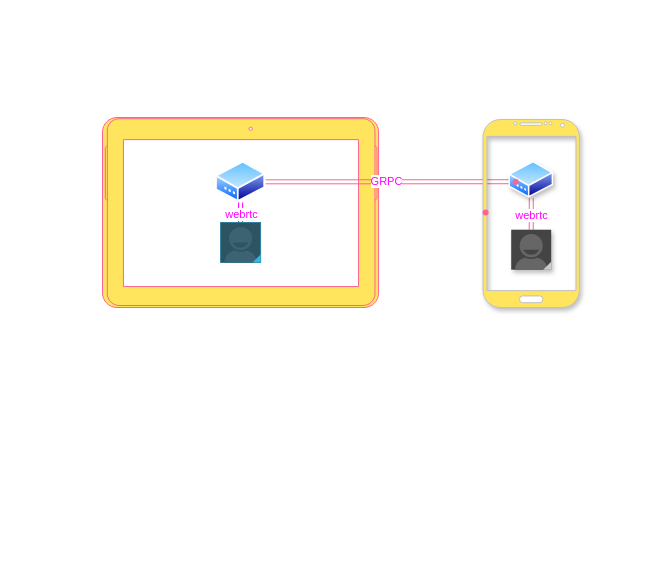
Before: gateway_call.drawio in chindeo/triage_flowchart, a draw.io diagram. Source tidied: cells renumbered, new cells numbered last; positions are measured from the earlier drawing's top-left corner, leaving out a move shared by most shapes. Both pictures are drawn from the tidied source at 100%, with x=0, y=0 at pixel (102, 117).
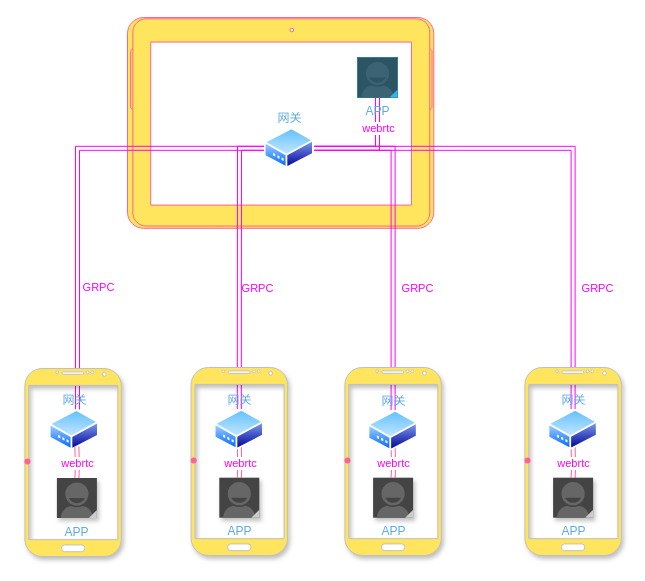
After the change.

Unchanged cells that the change refers to:
```xml
<mxCell id="3" style="edgeStyle=orthogonalEdgeStyle;rounded=0;jettySize=auto;html=1;flowAnimation=1;labelBackgroundColor=none;strokeColor=#FF00FF;fontColor=default;shape=link;" parent="1" edge="1" source="7" target="8">
  <mxGeometry relative="1" as="geometry" />
</mxCell>
```

What changed in the source:
```diff
@@
     <mxCell id="2" style="verticalLabelPosition=bottom;verticalAlign=top;html=1;shadow=0;dashed=0;strokeWidth=1;shape=mxgraph.android.tab2;strokeColor=#FF6392;direction=north;labelBackgroundColor=none;fillColor=#FFE45E;fontColor=#5AA9E6;" parent="1" vertex="1">
-      <mxGeometry width="276.1" height="190" as="geometry" />
+      <mxGeometry x="25" y="-100" width="306.3" height="210.8" as="geometry" />
     </mxCell>
@@
     <mxCell id="4" value="webrtc" style="edgeLabel;html=1;align=center;verticalAlign=middle;fontColor=#FF00FF;" parent="3" vertex="1">
-      <mxGeometry x="0.69" relative="1" as="geometry" />
+      <mxGeometry x="0.69" relative="1" as="geometry">
+        <mxPoint y="12" as="offset" />
+      </mxGeometry>
     </mxCell>
-    <mxCell id="5" style="edgeStyle=orthogonalEdgeStyle;shape=link;rounded=0;jettySize=auto;html=1;strokeColor=#FF6392;fontColor=#5AA9E6;fillColor=#FFE45E;flowAnimation=1;" parent="1" edge="1" source="7" target="15">
-      <mxGeometry relative="1" as="geometry" />
-    </mxCell>
-    <mxCell id="6" value="&lt;font color=&quot;#ff00ff&quot;&gt;GRPC&lt;/font&gt;" style="edgeLabel;html=1;align=center;verticalAlign=middle;" parent="5" vertex="1">
-      <mxGeometry x="-0.03" y="1" relative="1" as="geometry" />
-    </mxCell>
+    <mxCell id="16" style="edgeStyle=orthogonalEdgeStyle;shape=link;rounded=0;jettySize=auto;html=1;flowAnimation=1;strokeColor=#FF00FF;" parent="1" edge="1" source="7" target="29">
+      <mxGeometry relative="1" as="geometry">
+        <Array as="points">
+          <mxPoint x="-25" y="31" />
+        </Array>
+      </mxGeometry>
+    </mxCell>
+    <mxCell id="17" value="GRPC" style="edgeLabel;html=1;align=center;verticalAlign=middle;fontColor=#FF00FF;" parent="16" vertex="1">
+      <mxGeometry x="-0.19" y="-3" relative="1" as="geometry">
+        <mxPoint x="15" y="142" as="offset" />
+      </mxGeometry>
+    </mxCell>
+    <mxCell id="18" style="edgeStyle=orthogonalEdgeStyle;shape=link;rounded=0;jettySize=auto;html=1;flowAnimation=1;strokeColor=#FF00FF;" parent="1" edge="1" source="7" target="33">
+      <mxGeometry relative="1" as="geometry">
+        <Array as="points">
+          <mxPoint x="137" y="31" />
+        </Array>
+      </mxGeometry>
+    </mxCell>
+    <mxCell id="19" value="GRPC" style="edgeLabel;html=1;align=center;verticalAlign=middle;fontColor=#FF00FF;" parent="18" vertex="1">
+      <mxGeometry x="0.51" y="1" relative="1" as="geometry">
+        <mxPoint x="17" y="-52" as="offset" />
+      </mxGeometry>
+    </mxCell>
+    <mxCell id="20" value="GRPC" style="edgeLabel;html=1;align=center;verticalAlign=middle;fontColor=#FF00FF;" parent="18" vertex="1">
+      <mxGeometry x="0.51" y="1" relative="1" as="geometry">
+        <mxPoint x="177" y="-52" as="offset" />
+      </mxGeometry>
+    </mxCell>
+    <mxCell id="21" value="GRPC" style="edgeLabel;html=1;align=center;verticalAlign=middle;fontColor=#FF00FF;" parent="18" vertex="1">
+      <mxGeometry x="0.51" y="1" relative="1" as="geometry">
+        <mxPoint x="357" y="-52" as="offset" />
+      </mxGeometry>
+    </mxCell>
+    <mxCell id="22" style="edgeStyle=orthogonalEdgeStyle;shape=link;rounded=0;jettySize=auto;html=1;strokeColor=#FF00FF;flowAnimation=1;" parent="1" edge="1" source="7" target="44">
+      <mxGeometry relative="1" as="geometry" />
+    </mxCell>
+    <mxCell id="23" style="edgeStyle=orthogonalEdgeStyle;shape=link;rounded=0;jettySize=auto;html=1;flowAnimation=1;strokeColor=#FF00FF;" parent="1" edge="1" source="7" target="45">
+      <mxGeometry relative="1" as="geometry" />
+    </mxCell>
-    <mxCell id="7" style="image;perimeter=ellipsePerimeter;html=1;align=center;shadow=0;dashed=0;spacingTop=3;image=img/lib/active_directory/modem.svg;labelBackgroundColor=none;fillColor=#FFE45E;strokeColor=#FF6392;fontColor=#5AA9E6;" parent="1" vertex="1">
-      <mxGeometry x="113.1" y="43.5" width="50" height="41.5" as="geometry" />
+    <mxCell id="7" value="网关" style="image;perimeter=ellipsePerimeter;html=1;align=center;shadow=0;dashed=0;spacingTop=3;image=img/lib/active_directory/modem.svg;labelBackgroundColor=none;fillColor=#FFE45E;strokeColor=#FF6392;fontColor=#5AA9E6;labelPosition=center;verticalLabelPosition=top;verticalAlign=bottom;" parent="1" vertex="1">
+      <mxGeometry x="161.8" y="10" width="50" height="41.5" as="geometry" />
     </mxCell>
-    <mxCell id="8" style="verticalLabelPosition=bottom;verticalAlign=top;html=1;shadow=0;dashed=0;strokeWidth=1;shape=mxgraph.android.contact_badge_focused;sketch=0;labelBackgroundColor=none;fillColor=#FFE45E;strokeColor=#FF6392;fontColor=#5AA9E6;" parent="1" vertex="1">
-      <mxGeometry x="118.1" y="105" width="40" height="40" as="geometry" />
+    <mxCell id="8" value="APP" style="verticalLabelPosition=bottom;verticalAlign=top;html=1;shadow=0;dashed=0;strokeWidth=1;shape=mxgraph.android.contact_badge_focused;sketch=0;labelBackgroundColor=none;fillColor=#FFE45E;strokeColor=#FF6392;fontColor=#5AA9E6;" parent="1" vertex="1">
+      <mxGeometry x="255" y="-60" width="40" height="40" as="geometry" />
     </mxCell>
     <mxCell id="9" style="verticalLabelPosition=bottom;verticalAlign=top;html=1;shadow=1;dashed=0;strokeWidth=1;shape=mxgraph.android.phone2;strokeColor=#c0c0c0;fontColor=#5AA9E6;fillColor=#FFE45E;" parent="1" vertex="1">
-      <mxGeometry x="380.5" y="2" width="96.4" height="188" as="geometry" />
+      <mxGeometry x="-77.6" y="251" width="96.4" height="188" as="geometry" />
     </mxCell>
-    <mxCell id="10" style="edgeStyle=orthogonalEdgeStyle;rounded=0;jettySize=auto;html=1;strokeColor=#FF6392;fontColor=#5AA9E6;fillColor=#FFE45E;shape=link;flowAnimation=1;" parent="1" edge="1" source="12" target="13">
-      <mxGeometry relative="1" as="geometry" />
-    </mxCell>
-    <mxCell id="11" value="webrtc" style="edgeLabel;html=1;align=center;verticalAlign=middle;fontColor=#FF00FF;" parent="10" vertex="1">
-      <mxGeometry x="-0.13" relative="1" as="geometry">
-        <mxPoint y="3" as="offset" />
-      </mxGeometry>
-    </mxCell>
-    <mxCell id="12" style="image;perimeter=ellipsePerimeter;html=1;align=center;shadow=1;dashed=0;spacingTop=3;image=img/lib/active_directory/modem.svg;strokeColor=#FF6392;fontColor=#5AA9E6;fillColor=#FFE45E;" parent="1" vertex="1">
-      <mxGeometry x="406.3" y="43.5" width="44.9" height="37.2" as="geometry" />
-    </mxCell>
-    <mxCell id="13" style="verticalLabelPosition=bottom;verticalAlign=top;html=1;shadow=1;dashed=0;strokeWidth=1;shape=mxgraph.android.contact_badge_normal;sketch=0;strokeColor=#FF6392;fontColor=#5AA9E6;fillColor=#FFE45E;" parent="1" vertex="1">
-      <mxGeometry x="408.7" y="112.2" width="40" height="40" as="geometry" />
-    </mxCell>
     <mxCell id="14" style="shape=waypoint;sketch=0;size=6;fillColor=#FFE45E;perimeter=centerPerimeter;verticalAlign=top;strokeColor=#FF6392;fontColor=#5AA9E6;shadow=0;dashed=0;strokeWidth=1;labelBackgroundColor=none;" parent="1" vertex="1">
-      <mxGeometry x="373.1" y="85" width="20" height="20" as="geometry" />
+      <mxGeometry x="-85" y="334" width="20" height="20" as="geometry" />
     </mxCell>
-    <mxCell id="15" style="shape=waypoint;sketch=0;size=6;points=[];fillColor=#FFE45E;perimeter=centerPerimeter;snapToPoint=1;verticalAlign=top;strokeColor=#FF6392;fontColor=#5AA9E6;labelBackgroundColor=none;shadow=0;dashed=0;spacingTop=3;" parent="1" vertex="1">
-      <mxGeometry x="403.1" y="54.2" width="20" height="20" as="geometry" />
-    </mxCell>
+    <mxCell id="24" style="verticalLabelPosition=bottom;verticalAlign=top;html=1;shadow=1;dashed=0;strokeWidth=1;shape=mxgraph.android.phone2;strokeColor=#c0c0c0;fontColor=#5AA9E6;fillColor=#FFE45E;" parent="1" vertex="1">
+      <mxGeometry x="88.6" y="250" width="96.4" height="188" as="geometry" />
+    </mxCell>
+    <mxCell id="25" style="edgeStyle=orthogonalEdgeStyle;rounded=0;jettySize=auto;html=1;strokeColor=#FF6392;fontColor=#5AA9E6;fillColor=#FFE45E;shape=link;flowAnimation=1;" parent="1" edge="1" target="27">
+      <mxGeometry relative="1" as="geometry">
+        <mxPoint x="136.8" y="328.8" as="sourcePoint" />
+      </mxGeometry>
+    </mxCell>
+    <mxCell id="26" value="webrtc" style="edgeLabel;html=1;align=center;verticalAlign=middle;fontColor=#FF00FF;" parent="25" vertex="1">
+      <mxGeometry x="-0.13" relative="1" as="geometry">
+        <mxPoint y="3" as="offset" />
+      </mxGeometry>
+    </mxCell>
+    <mxCell id="27" value="APP" style="verticalLabelPosition=bottom;verticalAlign=top;html=1;shadow=1;dashed=0;strokeWidth=1;shape=mxgraph.android.contact_badge_normal;sketch=0;strokeColor=#FF6392;fontColor=#5AA9E6;fillColor=#FFE45E;" parent="1" vertex="1">
+      <mxGeometry x="116.8" y="360.2" width="40" height="40" as="geometry" />
+    </mxCell>
+    <mxCell id="28" style="shape=waypoint;sketch=0;size=6;fillColor=#FFE45E;perimeter=centerPerimeter;verticalAlign=top;strokeColor=#FF6392;fontColor=#5AA9E6;shadow=0;dashed=0;strokeWidth=1;labelBackgroundColor=none;" parent="1" vertex="1">
+      <mxGeometry x="81.2" y="333" width="20" height="20" as="geometry" />
+    </mxCell>
+    <mxCell id="29" value="网关" style="image;perimeter=ellipsePerimeter;html=1;align=center;shadow=0;dashed=0;spacingTop=3;image=img/lib/active_directory/modem.svg;labelBackgroundColor=none;fillColor=#FFE45E;strokeColor=#FF6392;fontColor=#5AA9E6;labelPosition=center;verticalLabelPosition=top;verticalAlign=bottom;" parent="1" vertex="1">
+      <mxGeometry x="-53.2" y="291.8" width="50" height="41.5" as="geometry" />
+    </mxCell>
+    <mxCell id="30" value="APP" style="verticalLabelPosition=bottom;verticalAlign=top;html=1;shadow=1;dashed=0;strokeWidth=1;shape=mxgraph.android.contact_badge_normal;sketch=0;strokeColor=#FF6392;fontColor=#5AA9E6;fillColor=#FFE45E;" parent="1" vertex="1">
+      <mxGeometry x="-45.6" y="360.5" width="40" height="40" as="geometry" />
+    </mxCell>
+    <mxCell id="31" style="edgeStyle=orthogonalEdgeStyle;rounded=0;jettySize=auto;html=1;strokeColor=#FF6392;fontColor=#5AA9E6;fillColor=#FFE45E;shape=link;flowAnimation=1;" parent="1" edge="1" target="30">
+      <mxGeometry relative="1" as="geometry">
+        <mxPoint x="-25.6" y="329" as="sourcePoint" />
+      </mxGeometry>
+    </mxCell>
+    <mxCell id="32" value="webrtc" style="edgeLabel;html=1;align=center;verticalAlign=middle;fontColor=#FF00FF;" parent="31" vertex="1">
+      <mxGeometry x="-0.13" relative="1" as="geometry">
+        <mxPoint y="3" as="offset" />
+      </mxGeometry>
+    </mxCell>
+    <mxCell id="33" value="网关" style="image;perimeter=ellipsePerimeter;html=1;align=center;shadow=0;dashed=0;spacingTop=3;image=img/lib/active_directory/modem.svg;labelBackgroundColor=none;fillColor=#FFE45E;strokeColor=#FF6392;fontColor=#5AA9E6;labelPosition=center;verticalLabelPosition=top;verticalAlign=bottom;" parent="1" vertex="1">
+      <mxGeometry x="111.8" y="291.5" width="50" height="41.5" as="geometry" />
+    </mxCell>
+    <mxCell id="34" style="verticalLabelPosition=bottom;verticalAlign=top;html=1;shadow=1;dashed=0;strokeWidth=1;shape=mxgraph.android.phone2;strokeColor=#c0c0c0;fontColor=#5AA9E6;fillColor=#FFE45E;" parent="1" vertex="1">
+      <mxGeometry x="242.4" y="250" width="96.4" height="188" as="geometry" />
+    </mxCell>
+    <mxCell id="35" style="edgeStyle=orthogonalEdgeStyle;rounded=0;jettySize=auto;html=1;strokeColor=#FF6392;fontColor=#5AA9E6;fillColor=#FFE45E;shape=link;flowAnimation=1;" parent="1" edge="1" target="37">
+      <mxGeometry relative="1" as="geometry">
+        <mxPoint x="290.6" y="328.8" as="sourcePoint" />
+      </mxGeometry>
+    </mxCell>
+    <mxCell id="36" value="webrtc" style="edgeLabel;html=1;align=center;verticalAlign=middle;fontColor=#FF00FF;" parent="35" vertex="1">
+      <mxGeometry x="-0.13" relative="1" as="geometry">
+        <mxPoint y="3" as="offset" />
+      </mxGeometry>
+    </mxCell>
+    <mxCell id="37" value="APP" style="verticalLabelPosition=bottom;verticalAlign=top;html=1;shadow=1;dashed=0;strokeWidth=1;shape=mxgraph.android.contact_badge_normal;sketch=0;strokeColor=#FF6392;fontColor=#5AA9E6;fillColor=#FFE45E;" parent="1" vertex="1">
+      <mxGeometry x="270.6" y="360.2" width="40" height="40" as="geometry" />
+    </mxCell>
+    <mxCell id="38" style="shape=waypoint;sketch=0;size=6;fillColor=#FFE45E;perimeter=centerPerimeter;verticalAlign=top;strokeColor=#FF6392;fontColor=#5AA9E6;shadow=0;dashed=0;strokeWidth=1;labelBackgroundColor=none;" parent="1" vertex="1">
+      <mxGeometry x="235" y="333" width="20" height="20" as="geometry" />
+    </mxCell>
+    <mxCell id="39" style="verticalLabelPosition=bottom;verticalAlign=top;html=1;shadow=1;dashed=0;strokeWidth=1;shape=mxgraph.android.phone2;strokeColor=#c0c0c0;fontColor=#5AA9E6;fillColor=#FFE45E;" parent="1" vertex="1">
+      <mxGeometry x="422.4" y="250" width="96.4" height="188" as="geometry" />
+    </mxCell>
+    <mxCell id="40" style="edgeStyle=orthogonalEdgeStyle;rounded=0;jettySize=auto;html=1;strokeColor=#FF6392;fontColor=#5AA9E6;fillColor=#FFE45E;shape=link;flowAnimation=1;" parent="1" edge="1" target="42">
+      <mxGeometry relative="1" as="geometry">
+        <mxPoint x="470.6" y="328.8" as="sourcePoint" />
+      </mxGeometry>
+    </mxCell>
+    <mxCell id="41" value="webrtc" style="edgeLabel;html=1;align=center;verticalAlign=middle;fontColor=#FF00FF;" parent="40" vertex="1">
+      <mxGeometry x="-0.13" relative="1" as="geometry">
+        <mxPoint y="3" as="offset" />
+      </mxGeometry>
+    </mxCell>
+    <mxCell id="42" value="APP" style="verticalLabelPosition=bottom;verticalAlign=top;html=1;shadow=1;dashed=0;strokeWidth=1;shape=mxgraph.android.contact_badge_normal;sketch=0;strokeColor=#FF6392;fontColor=#5AA9E6;fillColor=#FFE45E;" parent="1" vertex="1">
+      <mxGeometry x="450.6" y="360.2" width="40" height="40" as="geometry" />
+    </mxCell>
+    <mxCell id="43" style="shape=waypoint;sketch=0;size=6;fillColor=#FFE45E;perimeter=centerPerimeter;verticalAlign=top;strokeColor=#FF6392;fontColor=#5AA9E6;shadow=0;dashed=0;strokeWidth=1;labelBackgroundColor=none;" parent="1" vertex="1">
+      <mxGeometry x="415" y="333" width="20" height="20" as="geometry" />
+    </mxCell>
+    <mxCell id="44" value="网关" style="image;perimeter=ellipsePerimeter;html=1;align=center;shadow=0;dashed=0;spacingTop=3;image=img/lib/active_directory/modem.svg;labelBackgroundColor=none;fillColor=#FFE45E;strokeColor=#FF6392;fontColor=#5AA9E6;labelPosition=center;verticalLabelPosition=top;verticalAlign=bottom;" parent="1" vertex="1">
+      <mxGeometry x="265.6" y="292.5" width="50" height="41.5" as="geometry" />
+    </mxCell>
+    <mxCell id="45" value="网关" style="image;perimeter=ellipsePerimeter;html=1;align=center;shadow=0;dashed=0;spacingTop=3;image=img/lib/active_directory/modem.svg;labelBackgroundColor=none;fillColor=#FFE45E;strokeColor=#FF6392;fontColor=#5AA9E6;labelPosition=center;verticalLabelPosition=top;verticalAlign=bottom;" parent="1" vertex="1">
+      <mxGeometry x="445.6" y="291.5" width="50" height="41.5" as="geometry" />
+    </mxCell>
```
